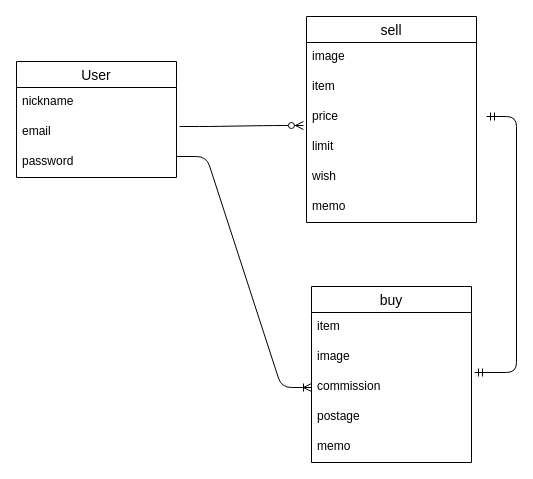
mayaya6917/buybye keeps this draw.io diagram as test.dio. Above is the earlier version. Source tidied: cells renumbered, new cells numbered last; positions are measured from the earlier drawing's top-left corner, leaving out a move shared by most shapes. Both pictures are drawn from the tidied source at 100%, with x=0, y=0 at pixel (16, 16).
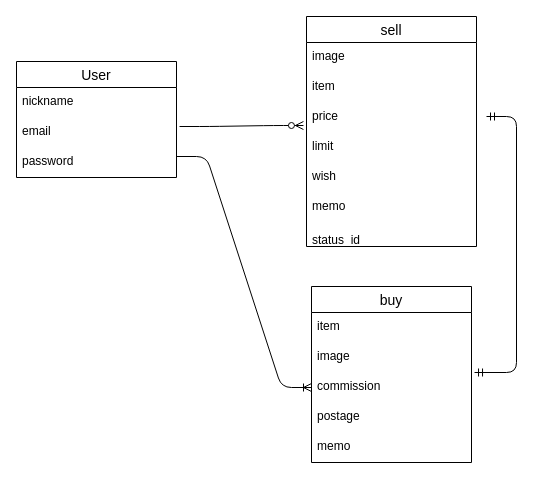
Above is the later version.

The edit, as a diff of the source:
```diff
@@
     <mxCell id="6" value="sell" style="swimlane;fontStyle=0;horizontal=1;startSize=26;align=center;fontSize=14;" parent="1" vertex="1">
-      <mxGeometry x="290" width="170" height="206" as="geometry" />
+      <mxGeometry x="290" width="170" height="230" as="geometry" />
     </mxCell>
@@
     <mxCell id="12" value="memo" style="text;strokeColor=none;fillColor=none;spacingLeft=4;spacingRight=4;overflow=hidden;fontSize=12;" parent="6" vertex="1">
-      <mxGeometry y="176" width="170" height="30" as="geometry" />
+      <mxGeometry y="176" width="170" height="54" as="geometry" />
     </mxCell>
@@
+    <mxCell id="22" value="status_id" style="text;strokeColor=none;fillColor=none;spacingLeft=4;spacingRight=4;overflow=hidden;fontSize=12;" parent="1" vertex="1">
+      <mxGeometry x="290" y="210" width="170" height="30" as="geometry" />
+    </mxCell>
```
